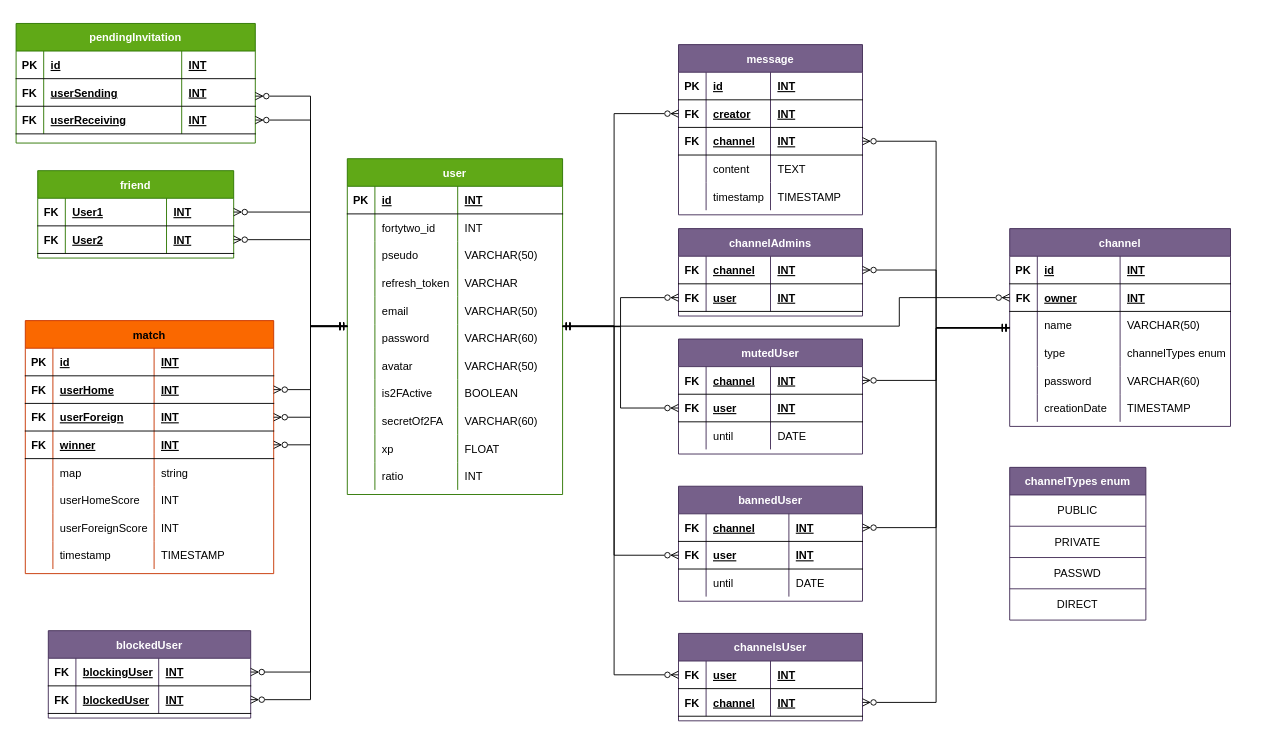
Earlier version of the draw.io diagram docs/database.drawio (frdescam/transcendence). Source tidied: cells renumbered, new cells numbered last; positions are measured from the earlier drawing's top-left corner, leaving out a move shared by most shapes. Both pictures are drawn from the tidied source at 92%, with x=0, y=0 at pixel (16, 23).
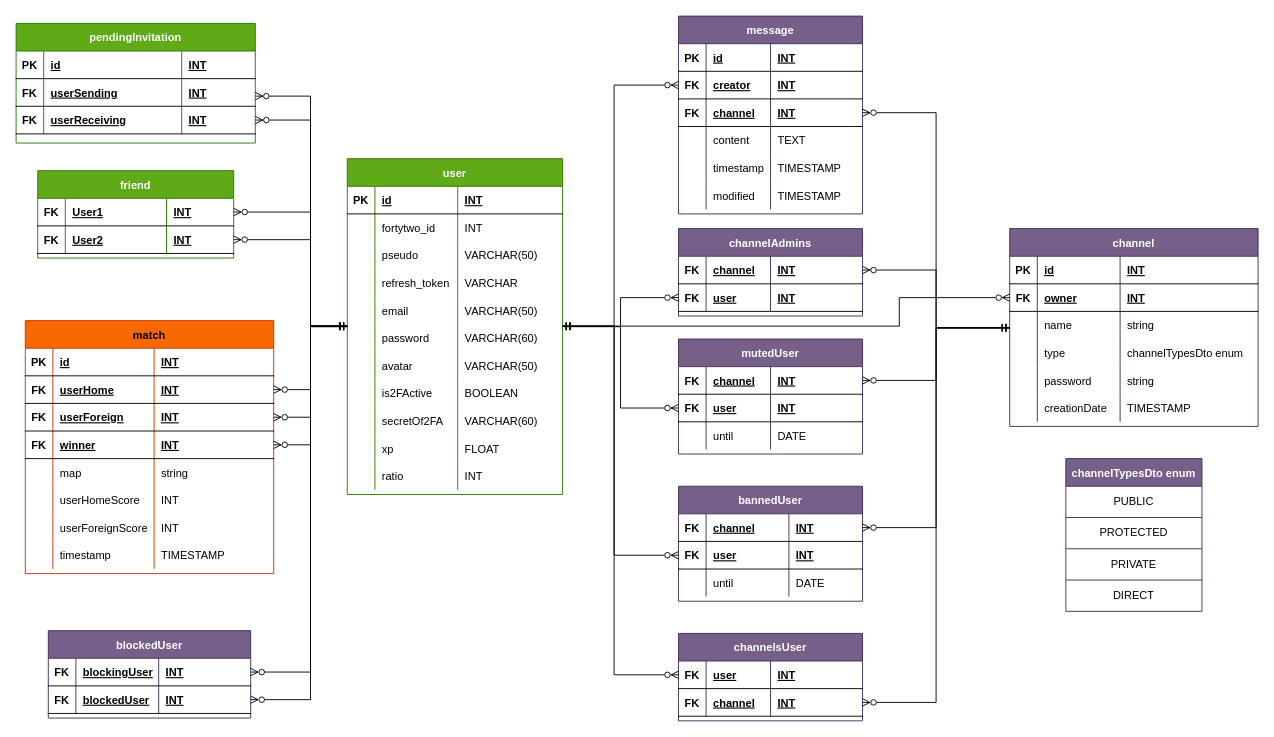
Above is the later version.

Unchanged cells that the change refers to:
```xml
<mxCell id="2" value="user" style="shape=table;startSize=30;childLayout=tableLayout;rowLines=0;fontStyle=1;align=center;fillColor=#60a917;fontColor=#ffffff;strokeColor=#2D7600;rounded=0;" parent="1" vertex="1">
  <mxGeometry x="360" y="147" width="234" height="365" as="geometry" />
</mxCell>
<mxCell id="86" style="shape=partialRectangle;fillColor=none;top=0;left=0;bottom=1;right=0;points=[[0,0.5],[1,0.5]];portConstraint=eastwest;rounded=0;" parent="81" vertex="1">
  <mxGeometry y="60" width="200" height="30" as="geometry" />
</mxCell>
<mxCell id="90" style="shape=partialRectangle;fillColor=none;top=0;left=0;bottom=1;right=0;points=[[0,0.5],[1,0.5]];portConstraint=eastwest;rounded=0;" parent="81" vertex="1">
  <mxGeometry y="90" width="200" height="30" as="geometry" />
</mxCell>
<mxCell id="223" style="shape=tableRow;horizontal=0;startSize=0;swimlaneHead=0;swimlaneBody=0;top=0;left=0;bottom=0;right=0;fillColor=none;" parent="220" vertex="1">
  <mxGeometry y="64" width="148" height="34" as="geometry" />
</mxCell>
<mxCell id="225" style="shape=tableRow;horizontal=0;startSize=0;swimlaneHead=0;swimlaneBody=0;top=0;left=0;bottom=0;right=0;fillColor=none;" parent="220" vertex="1">
  <mxGeometry y="98" width="148" height="34" as="geometry" />
</mxCell>
```

Diff of the diagram source:
```diff
@@
     <mxCell id="47" value="channel" style="shape=table;startSize=30;childLayout=tableLayout;rowLines=0;fontStyle=1;align=center;fillColor=#76608a;fontColor=#ffffff;strokeColor=#432D57;rounded=0;" parent="1" vertex="1">
-      <mxGeometry x="1080" y="223" width="240" height="215" as="geometry" />
+      <mxGeometry x="1080" y="223" width="270" height="215" as="geometry" />
     </mxCell>
     <mxCell id="48" style="shape=partialRectangle;fillColor=none;top=0;left=0;bottom=1;right=0;rounded=0;" parent="47" vertex="1">
-      <mxGeometry y="30" width="240" height="30" as="geometry" />
+      <mxGeometry y="30" width="270" height="30" as="geometry" />
     </mxCell>
@@
     <mxCell id="51" value="INT" style="shape=partialRectangle;fillColor=none;top=0;left=0;bottom=0;right=0;align=left;spacingLeft=6;fontStyle=5;overflow=hidden;rounded=0;" parent="48" vertex="1">
-      <mxGeometry x="120" width="120" height="30" as="geometry" />
+      <mxGeometry x="120" width="150" height="30" as="geometry" />
     </mxCell>
     <mxCell id="52" style="shape=partialRectangle;fillColor=none;top=0;left=0;bottom=1;right=0;points=[[0,0.5],[1,0.5]];portConstraint=eastwest;rounded=0;" parent="47" vertex="1">
-      <mxGeometry y="60" width="240" height="30" as="geometry" />
+      <mxGeometry y="60" width="270" height="30" as="geometry" />
     </mxCell>
@@
     <mxCell id="55" value="INT" style="shape=partialRectangle;fillColor=none;top=0;left=0;bottom=0;right=0;align=left;spacingLeft=6;fontStyle=5;overflow=hidden;rounded=0;" parent="52" vertex="1">
-      <mxGeometry x="120" width="120" height="30" as="geometry" />
+      <mxGeometry x="120" width="150" height="30" as="geometry" />
     </mxCell>
     <mxCell id="56" style="shape=partialRectangle;fillColor=none;top=0;left=0;bottom=0;right=0;rounded=0;" parent="47" vertex="1">
-      <mxGeometry y="90" width="240" height="30" as="geometry" />
+      <mxGeometry y="90" width="270" height="30" as="geometry" />
     </mxCell>
@@
-    <mxCell id="59" value="VARCHAR(50)" style="shape=partialRectangle;fillColor=none;top=0;left=0;bottom=0;right=0;align=left;spacingLeft=6;overflow=hidden;rounded=0;" parent="56" vertex="1">
-      <mxGeometry x="120" width="120" height="30" as="geometry" />
+    <mxCell id="59" value="string" style="shape=partialRectangle;fillColor=none;top=0;left=0;bottom=0;right=0;align=left;spacingLeft=6;overflow=hidden;rounded=0;" parent="56" vertex="1">
+      <mxGeometry x="120" width="150" height="30" as="geometry" />
     </mxCell>
     <mxCell id="60" style="shape=partialRectangle;fillColor=none;top=0;left=0;bottom=0;right=0;rounded=0;" parent="47" vertex="1">
-      <mxGeometry y="120" width="240" height="30" as="geometry" />
+      <mxGeometry y="120" width="270" height="30" as="geometry" />
     </mxCell>
@@
-    <mxCell id="63" value="channelTypes enum" style="shape=partialRectangle;fillColor=none;top=0;left=0;bottom=0;right=0;align=left;spacingLeft=6;overflow=hidden;rounded=0;" parent="60" vertex="1">
-      <mxGeometry x="120" width="120" height="30" as="geometry" />
+    <mxCell id="63" value="channelTypesDto enum" style="shape=partialRectangle;fillColor=none;top=0;left=0;bottom=0;right=0;align=left;spacingLeft=6;overflow=hidden;rounded=0;" parent="60" vertex="1">
+      <mxGeometry x="120" width="150" height="30" as="geometry" />
     </mxCell>
     <mxCell id="64" style="shape=partialRectangle;fillColor=none;top=0;left=0;bottom=0;right=0;rounded=0;" parent="47" vertex="1">
-      <mxGeometry y="150" width="240" height="30" as="geometry" />
+      <mxGeometry y="150" width="270" height="30" as="geometry" />
     </mxCell>
@@
-    <mxCell id="67" value="VARCHAR(60)" style="shape=partialRectangle;fillColor=none;top=0;left=0;bottom=0;right=0;align=left;spacingLeft=6;overflow=hidden;rounded=0;" parent="64" vertex="1">
-      <mxGeometry x="120" width="120" height="30" as="geometry" />
+    <mxCell id="67" value="string" style="shape=partialRectangle;fillColor=none;top=0;left=0;bottom=0;right=0;align=left;spacingLeft=6;overflow=hidden;rounded=0;" parent="64" vertex="1">
+      <mxGeometry x="120" width="150" height="30" as="geometry" />
     </mxCell>
     <mxCell id="68" style="shape=partialRectangle;fillColor=none;top=0;left=0;bottom=0;right=0;rounded=0;" parent="47" vertex="1">
-      <mxGeometry y="180" width="240" height="30" as="geometry" />
+      <mxGeometry y="180" width="270" height="30" as="geometry" />
     </mxCell>
@@
     <mxCell id="71" value="TIMESTAMP" style="shape=partialRectangle;fillColor=none;top=0;left=0;bottom=0;right=0;align=left;spacingLeft=6;overflow=hidden;rounded=0;" parent="68" vertex="1">
-      <mxGeometry x="120" width="120" height="30" as="geometry" />
+      <mxGeometry x="120" width="150" height="30" as="geometry" />
     </mxCell>
@@
     <mxCell id="81" value="message" style="shape=table;startSize=30;childLayout=tableLayout;rowLines=0;fontStyle=1;align=center;fillColor=#76608a;fontColor=#ffffff;strokeColor=#432D57;rounded=0;" parent="1" vertex="1">
-      <mxGeometry x="720" y="23" width="200" height="185" as="geometry" />
+      <mxGeometry x="720" y="-8" width="200" height="215" as="geometry" />
     </mxCell>
@@
+    <mxCell id="230" style="shape=partialRectangle;fillColor=none;top=0;left=0;bottom=0;right=0;rounded=0;" parent="81" vertex="1">
+      <mxGeometry y="180" width="200" height="30" as="geometry" />
+    </mxCell>
+    <mxCell id="231" style="shape=partialRectangle;fillColor=none;top=0;left=0;bottom=0;right=0;overflow=hidden;rounded=0;" parent="230" vertex="1">
+      <mxGeometry width="30" height="30" as="geometry" />
+    </mxCell>
+    <mxCell id="232" value="modified" style="shape=partialRectangle;fillColor=none;top=0;left=0;bottom=0;right=0;align=left;spacingLeft=6;overflow=hidden;rounded=0;" parent="230" vertex="1">
+      <mxGeometry x="30" width="70" height="30" as="geometry" />
+    </mxCell>
+    <mxCell id="233" value="TIMESTAMP" style="shape=partialRectangle;fillColor=none;top=0;left=0;bottom=0;right=0;align=left;spacingLeft=6;overflow=hidden;rounded=0;" parent="230" vertex="1">
+      <mxGeometry x="100" width="100" height="30" as="geometry" />
+    </mxCell>
@@
     <mxCell id="207" style="edgeStyle=orthogonalEdgeStyle;rounded=0;jettySize=auto;html=1;exitX=1;exitY=0.5;exitDx=0;exitDy=0;startArrow=ERzeroToMany;startFill=0;endArrow=ERmandOne;endFill=0;" parent="1" edge="1" source="90" target="47">
       <mxGeometry relative="1" as="geometry">
         <Array as="points">
-          <mxPoint x="1000" y="128" />
+          <mxPoint x="1000" y="97" />
           <mxPoint x="1000" y="331" />
         </Array>
       </mxGeometry>
     </mxCell>
     <mxCell id="208" style="edgeStyle=orthogonalEdgeStyle;rounded=0;jettySize=auto;html=1;exitX=0;exitY=0.5;exitDx=0;exitDy=0;startArrow=ERzeroToMany;startFill=0;endArrow=ERmandOne;endFill=0;" parent="1" edge="1" source="86" target="2">
       <mxGeometry relative="1" as="geometry">
         <Array as="points">
-          <mxPoint x="650" y="98" />
+          <mxPoint x="650" y="67" />
           <mxPoint x="650" y="329" />
         </Array>
       </mxGeometry>
     </mxCell>
@@
-    <mxCell id="220" value="channelTypes enum" style="shape=table;startSize=30;childLayout=tableLayout;fontStyle=1;align=center;fillColor=#76608a;fontColor=#ffffff;strokeColor=#432D57;" parent="1" vertex="1">
-      <mxGeometry x="1080" y="482.5" width="148" height="166" as="geometry" />
+    <mxCell id="220" value="channelTypesDto enum" style="shape=table;startSize=30;childLayout=tableLayout;fontStyle=1;align=center;fillColor=#76608a;fontColor=#ffffff;strokeColor=#432D57;" parent="1" vertex="1">
+      <mxGeometry x="1141" y="473" width="148" height="166" as="geometry" />
     </mxCell>
@@
-    <mxCell id="224" value="PRIVATE" style="shape=partialRectangle;html=1;whiteSpace=wrap;fillColor=none;top=0;left=0;bottom=0;right=0;overflow=hidden;" parent="223" vertex="1">
+    <mxCell id="224" value="PROTECTED" style="shape=partialRectangle;html=1;whiteSpace=wrap;fillColor=none;top=0;left=0;bottom=0;right=0;overflow=hidden;" parent="223" vertex="1">
       <mxGeometry width="148" height="34" as="geometry" />
     </mxCell>
@@
-    <mxCell id="226" value="PASSWD" style="shape=partialRectangle;html=1;whiteSpace=wrap;fillColor=none;top=0;left=0;bottom=0;right=0;overflow=hidden;" parent="225" vertex="1">
+    <mxCell id="226" value="PRIVATE" style="shape=partialRectangle;html=1;whiteSpace=wrap;fillColor=none;top=0;left=0;bottom=0;right=0;overflow=hidden;" parent="225" vertex="1">
       <mxGeometry width="148" height="34" as="geometry" />
     </mxCell>
```
